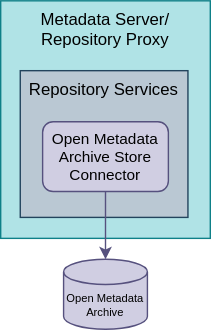
odpi/egeria-docs keeps this draw.io diagram as site/docs/connectors/runtime/open-metadata-archive-store-connector.svg. Above is the earlier version. Source tidied: cells renumbered, new cells last; positions are measured from the earlier drawing's top-left corner, leaving out a move shared by most shapes.
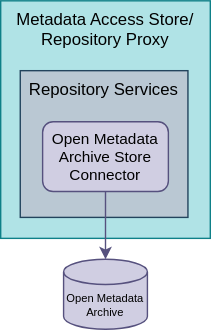
The same file after the commit.

Diff of the diagram source:
```diff
@@ -2,7 +2,7 @@
   <root>
     <mxCell id="0" />
     <mxCell id="1" parent="0" />
-    <mxCell id="2" value="Metadata Server/&lt;br&gt;Repository Proxy" style="rounded=0;whiteSpace=wrap;html=1;verticalAlign=top;fillColor=#b0e3e6;strokeColor=#0e8088;" parent="1" vertex="1">
+    <mxCell id="2" value="Metadata Access Store/&lt;br&gt;Repository Proxy" style="rounded=0;whiteSpace=wrap;html=1;verticalAlign=top;fillColor=#b0e3e6;strokeColor=#0e8088;" parent="1" vertex="1">
       <mxGeometry width="150" height="170" as="geometry" />
     </mxCell>
     <mxCell id="3" value="Repository Services" style="rounded=0;whiteSpace=wrap;html=1;verticalAlign=top;fillColor=#bac8d3;strokeColor=#23445d;" parent="1" vertex="1">
```
